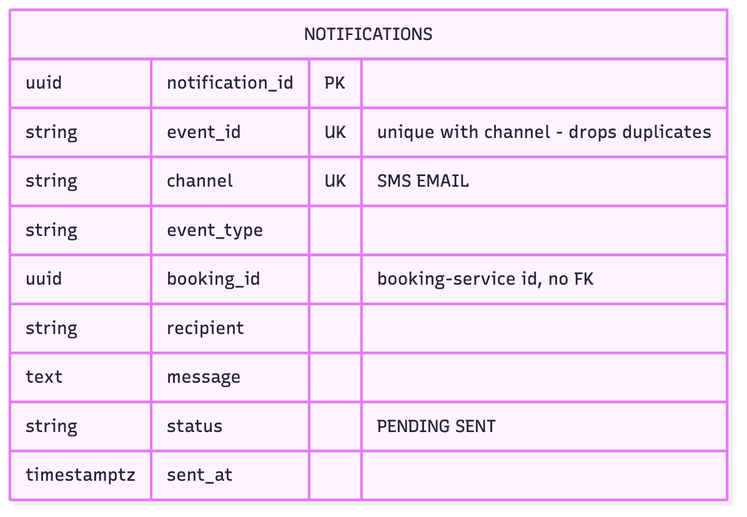
Earlier version of the Mermaid export docs/diagrams/er-notification.png (spaceman-dev/tatkal-booking-microservices). Its source is kept beside it as docs/diagrams/er-notification.mmd. The source it was exported from:
```mermaid
erDiagram
    NOTIFICATIONS {
        uuid notification_id PK
        string event_id UK "unique with channel - drops duplicates"
        string channel UK "SMS EMAIL"
        string event_type
        uuid booking_id "booking-service id, no FK"
        string recipient
        text message
        string status "PENDING SENT"
        timestamptz sent_at
    }
```
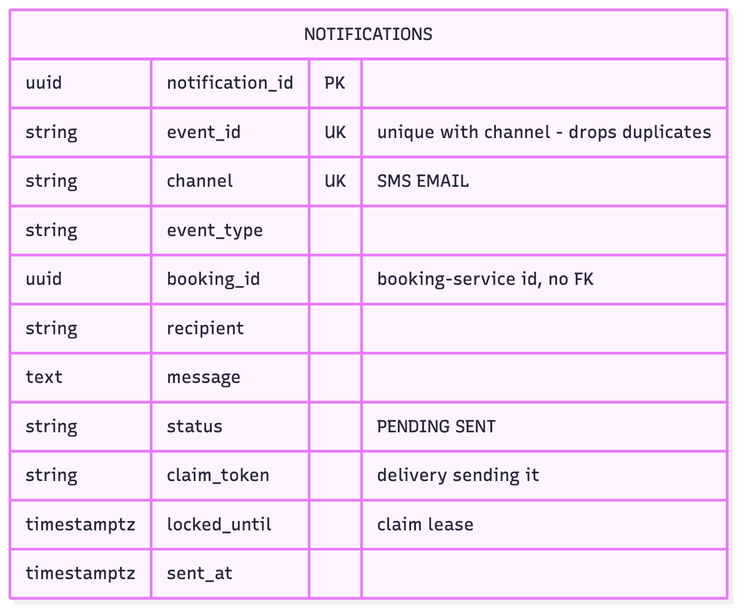
After the change.

The edit, as a diff of the source:
```diff
@@ -8,5 +8,7 @@
         string recipient
         text message
         string status "PENDING SENT"
+        string claim_token "delivery sending it"
+        timestamptz locked_until "claim lease"
         timestamptz sent_at
     }
```
